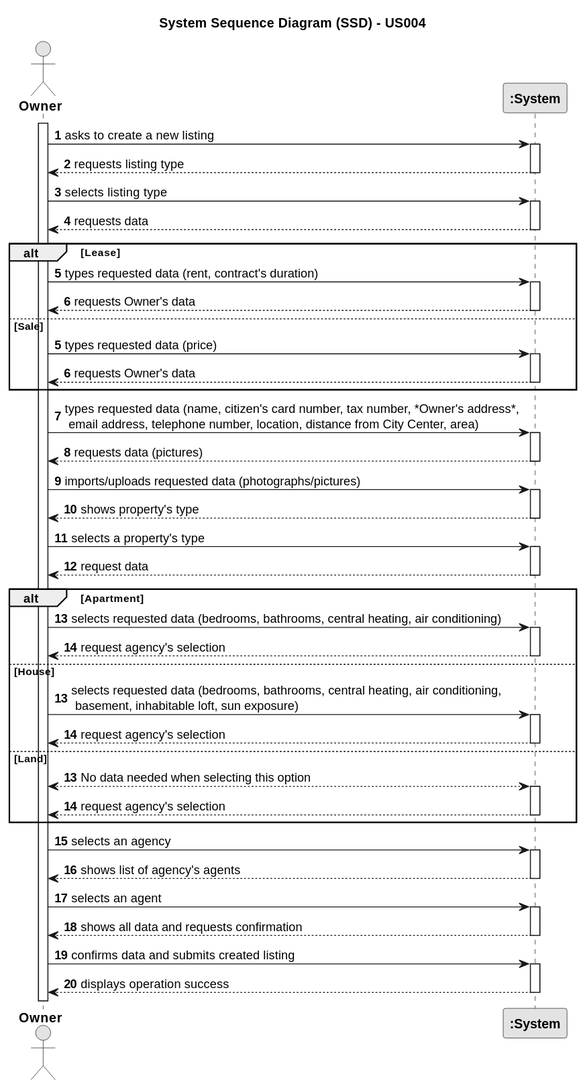
Earlier version of the PlantUML export docs/sprintB/us004/01.requirements-engineering/svg/us004-system-sequence-diagram.svg (rita-barbosa/LAPR2-2223). Its diagram source:
```plantuml
@startuml
skinparam monochrome true
skinparam packageStyle rectangle
skinparam shadowing false

title System Sequence Diagram (SSD) - US004

autonumber

actor "<b>Owner</b>" as Owner
participant "<b>:System</b>" as System

activate Owner

    Owner -> System : asks to create a new listing
    activate System

        System --> Owner : requests listing type
    deactivate System

    Owner -> System : selects listing type
    activate System

        System --> Owner : requests data
    deactivate System



 alt Lease
        autonumber 5
        "Owner" -> System: types requested data (rent, contract's duration)
        activate System

            System --> "Owner" : requests Owner's data
        deactivate System

    else Sale
        autonumber 5
        "Owner" -> System: types requested data (price)
        activate System

            System --> "Owner" : requests Owner's data
        deactivate System

    end

    Owner -> System : types requested data (name, citizen's card number, tax number, *Owner's address*,\n email address, telephone number, location, distance from City Center, area)
    activate System

    System --> "Owner" : requests data (pictures)
    deactivate System

    Owner -> System : imports/uploads requested data (photographs/pictures)
    activate System

    System --> Owner : shows property's type
        deactivate System

    Owner -> System : selects a property's type
    activate System

    System --> Owner : request data
    deactivate System

   alt Apartment

        "Owner" -> System : selects requested data (bedrooms, bathrooms, central heating, air conditioning)
        activate System

        System --> Owner : request agency's selection
        deactivate System

    else House

        autonumber 13
        "Owner" -> System: selects requested data (bedrooms, bathrooms, central heating, air conditioning,\n basement, inhabitable loft, sun exposure)
        activate System

        System --> Owner : request agency's selection
        deactivate System

    else Land
        autonumber 13
        "Owner" <--> System: No data needed when selecting this option
        activate System

        System --> Owner : request agency's selection
        deactivate System
    end

    autonumber 15

       Owner -> System : selects an agency
        activate System

       System --> Owner : shows list of agency's agents
    deactivate System


        Owner -> System : selects an agent
    activate System

    System --> Owner : shows all data and requests confirmation
    deactivate System


        "Owner" -> System : confirms data and submits created listing
    activate System

    System --> "Owner" : displays operation success
    deactivate System
@enduml
```
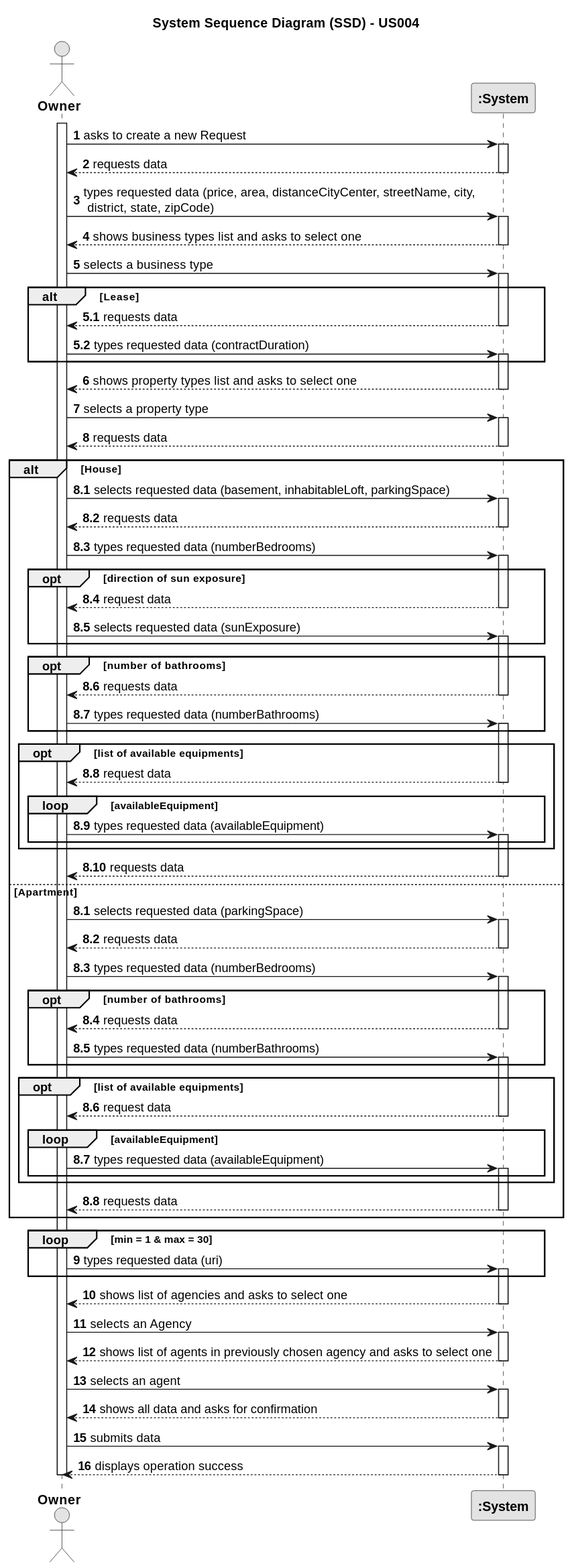
After the commit.

What changed in the source:
```diff
@@ -3,110 +3,194 @@
 skinparam packageStyle rectangle
 skinparam shadowing false
 
+actor "<b>Owner</b>" as Owner
+participant "<b>:System</b>" as System
+
 title System Sequence Diagram (SSD) - US004
 
 autonumber
 
-actor "<b>Owner</b>" as Owner
-participant "<b>:System</b>" as System
-
 activate Owner
 
-    Owner -> System : asks to create a new listing
-    activate System
+    Owner -> System : asks to create a new Request
 
-        System --> Owner : requests listing type
+        activate System
+
+        System --> Owner : requests data
+
+        deactivate System
+
+    Owner -> System : types requested data (price, area, distanceCityCenter, streetName, city,\n district, state, zipCode)
+
+        activate System
+
+        System --> Owner : shows business types list and asks to select one
+
+        deactivate System
+
+    Owner -> System : selects a business type
+
+        activate System
+
+            alt Lease
+
+                autonumber 5.1
+                System --> Owner : requests data
+
+                deactivate System
+
+                Owner -> System : types requested data (contractDuration)
+
+                activate System
+
+            end alt
+
+        autonumber 6
+
+        activate System
+
+        System --> Owner : shows property types list and asks to select one
+
+        deactivate System
+
+    Owner -> System : selects a property type
+
+     activate System
+
+     System --> Owner : requests data
+
+     deactivate System
+
+     alt House
+         autonumber 8.1
+
+     Owner -> System : selects requested data (basement, inhabitableLoft, parkingSpace)
+
+         activate System
+
+         System --> Owner : requests data
+         deactivate System
+
+     Owner -> System : types requested data (numberBedrooms)
+
+         activate System
+
+             opt direction of sun exposure
+
+             System --> Owner : request data
+             deactivate System
+
+     Owner -> System : selects requested data (sunExposure)
+             activate System
+
+             end opt
+
+            opt number of bathrooms
+
+             System --> Owner : requests data
+             deactivate System
+
+     Owner -> System : types requested data (numberBathrooms)
+             activate System
+
+            end  opt
+
+            opt list of available equipments
+
+             System --> Owner : request data
+             deactivate System
+
+                 loop availableEquipment
+
+     Owner -> System : types requested data (availableEquipment)
+
+                     activate System
+                 end loop
+
+             end opt
+
+         System --> Owner : requests data
+         deactivate System
+
+     else Apartment
+
+         autonumber 8.1
+
+     Owner -> System : selects requested data (parkingSpace)
+
+         activate System
+
+         System --> Owner : requests data
+
+         deactivate System
+
+     Owner -> System : types requested data (numberBedrooms)
+
+         activate System
+
+        opt number of bathrooms
+
+         System --> Owner : requests data
+         deactivate System
+
+     Owner -> System : types requested data (numberBathrooms)
+
+         activate System
+
+        end  opt
+
+        opt list of available equipments
+
+            System --> Owner : request data
+            deactivate System
+
+             loop availableEquipment
+
+     Owner -> System : types requested data (availableEquipment)
+
+                 activate System
+             end loop
+
+        end opt
+
+         System --> Owner : requests data
+         deactivate System
+
+         end alt
+
+        loop min = 1 & max = 30
+
+            autonumber 9
+
+     Owner -> System : types requested data (uri)
+
+            activate System
+        end loop
+
+    System --> Owner : shows list of agencies and asks to select one
     deactivate System
 
-    Owner -> System : selects listing type
-    activate System
+     Owner -> System : selects an Agency
 
-        System --> Owner : requests data
-    deactivate System
-
-
-
- alt Lease
-        autonumber 5
-        "Owner" -> System: types requested data (rent, contract's duration)
         activate System
 
-            System --> "Owner" : requests Owner's data
+        System --> Owner : shows list of agents in previously chosen agency and asks to select one
         deactivate System
 
-    else Sale
-        autonumber 5
-        "Owner" -> System: types requested data (price)
+     Owner -> System : selects an agent
+
         activate System
 
-            System --> "Owner" : requests Owner's data
+        System --> Owner : shows all data and asks for confirmation
+
         deactivate System
 
-    end
+     Owner -> System : submits data
 
-    Owner -> System : types requested data (name, citizen's card number, tax number, *Owner's address*,\n email address, telephone number, location, distance from City Center, area)
-    activate System
+        activate System
 
-    System --> "Owner" : requests data (pictures)
-    deactivate System
-
-    Owner -> System : imports/uploads requested data (photographs/pictures)
-    activate System
-
-    System --> Owner : shows property's type
+        System --> Owner : displays operation success
         deactivate System
 
-    Owner -> System : selects a property's type
-    activate System
-
-    System --> Owner : request data
-    deactivate System
-
-   alt Apartment
-
-        "Owner" -> System : selects requested data (bedrooms, bathrooms, central heating, air conditioning)
-        activate System
-
-        System --> Owner : request agency's selection
-        deactivate System
-
-    else House
-
-        autonumber 13
-        "Owner" -> System: selects requested data (bedrooms, bathrooms, central heating, air conditioning,\n basement, inhabitable loft, sun exposure)
-        activate System
-
-        System --> Owner : request agency's selection
-        deactivate System
-
-    else Land
-        autonumber 13
-        "Owner" <--> System: No data needed when selecting this option
-        activate System
-
-        System --> Owner : request agency's selection
-        deactivate System
-    end
-
-    autonumber 15
-
-       Owner -> System : selects an agency
-        activate System
-
-       System --> Owner : shows list of agency's agents
-    deactivate System
-
-
-        Owner -> System : selects an agent
-    activate System
-
-    System --> Owner : shows all data and requests confirmation
-    deactivate System
-
-
-        "Owner" -> System : confirms data and submits created listing
-    activate System
-
-    System --> "Owner" : displays operation success
-    deactivate System
+deactivate Owner
 @enduml
```
